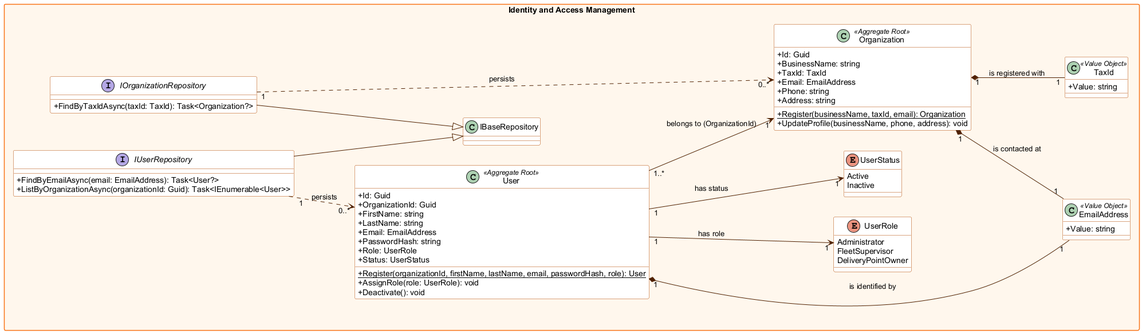
1ASI0730-2620-8084-CodeCrafters/bottle-track-report keeps this PlantUML diagram as report/assets/Software-Object-Oriented-Design/backend-class-identity-access.png. Above is the earlier version. Its diagram source:
```plantuml
@startuml backend-class-identity-access
skinparam classAttributeIconSize 0
skinparam packageStyle rectangle
skinparam shadowing false
skinparam defaultFontName Arial
skinparam class {
  BackgroundColor #ffffff
  BorderColor #b34900
  ArrowColor #4f2000
}
skinparam package {
  BackgroundColor #fff7ed
  BorderColor #f97316
}
left to right direction

package "Identity and Access Management" {
  class Organization <<Aggregate Root>> {
    + Id: Guid
    + BusinessName: string
    + TaxId: TaxId
    + Email: EmailAddress
    + Phone: string
    + Address: string
    + {static} Register(businessName, taxId, email): Organization
    + UpdateProfile(businessName, phone, address): void
  }
  class User <<Aggregate Root>> {
    + Id: Guid
    + OrganizationId: Guid
    + FirstName: string
    + LastName: string
    + Email: EmailAddress
    + PasswordHash: string
    + Role: UserRole
    + Status: UserStatus
    + {static} Register(organizationId, firstName, lastName, email, passwordHash, role): User
    + AssignRole(role: UserRole): void
    + Deactivate(): void
  }
  class EmailAddress <<Value Object>> {
    + Value: string
  }
  class TaxId <<Value Object>> {
    + Value: string
  }
  enum UserRole {
    Administrator
    FleetSupervisor
    DeliveryPointOwner
  }
  enum UserStatus {
    Active
    Inactive
  }
  interface IOrganizationRepository {
    + FindByTaxIdAsync(taxId: TaxId): Task<Organization?>
  }
  interface IUserRepository {
    + FindByEmailAsync(email: EmailAddress): Task<User?>
    + ListByOrganizationAsync(organizationId: Guid): Task<IEnumerable<User>>
  }
  User "1..*" --> "1" Organization : belongs to (OrganizationId)
  User "1" --> "1" UserRole : has role
  User "1" --> "1" UserStatus : has status
  User "1" *-- "1" EmailAddress : is identified by
  Organization "1" *-- "1" EmailAddress : is contacted at
  Organization "1" *-- "1" TaxId : is registered with
  IOrganizationRepository --|> IBaseRepository
  IUserRepository --|> IBaseRepository
  IOrganizationRepository "1" ..> "0..*" Organization : persists
  IUserRepository "1" ..> "0..*" User : persists
}
@enduml
```
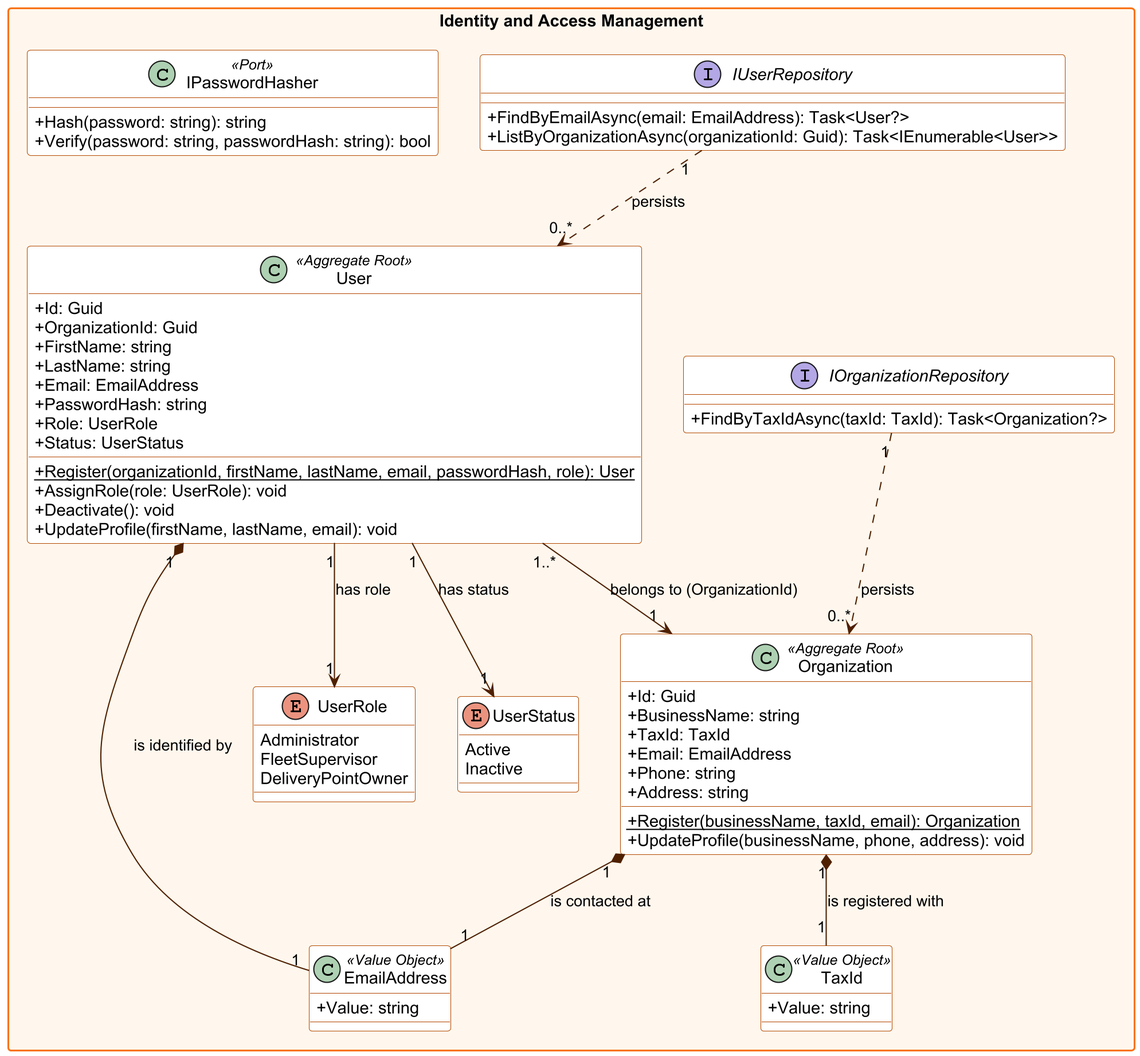
The same file after the commit.

Commit message:
fix(report): align identity and access diagrams with the web services

What changed in the source:
```diff
@@ -1,4 +1,5 @@
-@startuml backend-class-identity-access
+@startuml
+skinparamlocked dpi 200
 skinparam classAttributeIconSize 0
 skinparam packageStyle rectangle
 skinparam shadowing false
@@ -12,7 +13,6 @@
   BackgroundColor #fff7ed
   BorderColor #f97316
 }
-left to right direction
 
 package "Identity and Access Management" {
   class Organization <<Aggregate Root>> {
@@ -37,6 +37,7 @@
     + {static} Register(organizationId, firstName, lastName, email, passwordHash, role): User
     + AssignRole(role: UserRole): void
     + Deactivate(): void
+    + UpdateProfile(firstName, lastName, email): void
   }
   class EmailAddress <<Value Object>> {
     + Value: string
@@ -60,14 +61,16 @@
     + FindByEmailAsync(email: EmailAddress): Task<User?>
     + ListByOrganizationAsync(organizationId: Guid): Task<IEnumerable<User>>
   }
+  class "IPasswordHasher" as IPasswordHasher <<Port>> {
+    + Hash(password: string): string
+    + Verify(password: string, passwordHash: string): bool
+  }
   User "1..*" --> "1" Organization : belongs to (OrganizationId)
   User "1" --> "1" UserRole : has role
   User "1" --> "1" UserStatus : has status
   User "1" *-- "1" EmailAddress : is identified by
   Organization "1" *-- "1" EmailAddress : is contacted at
   Organization "1" *-- "1" TaxId : is registered with
-  IOrganizationRepository --|> IBaseRepository
-  IUserRepository --|> IBaseRepository
   IOrganizationRepository "1" ..> "0..*" Organization : persists
   IUserRepository "1" ..> "0..*" User : persists
 }
```
